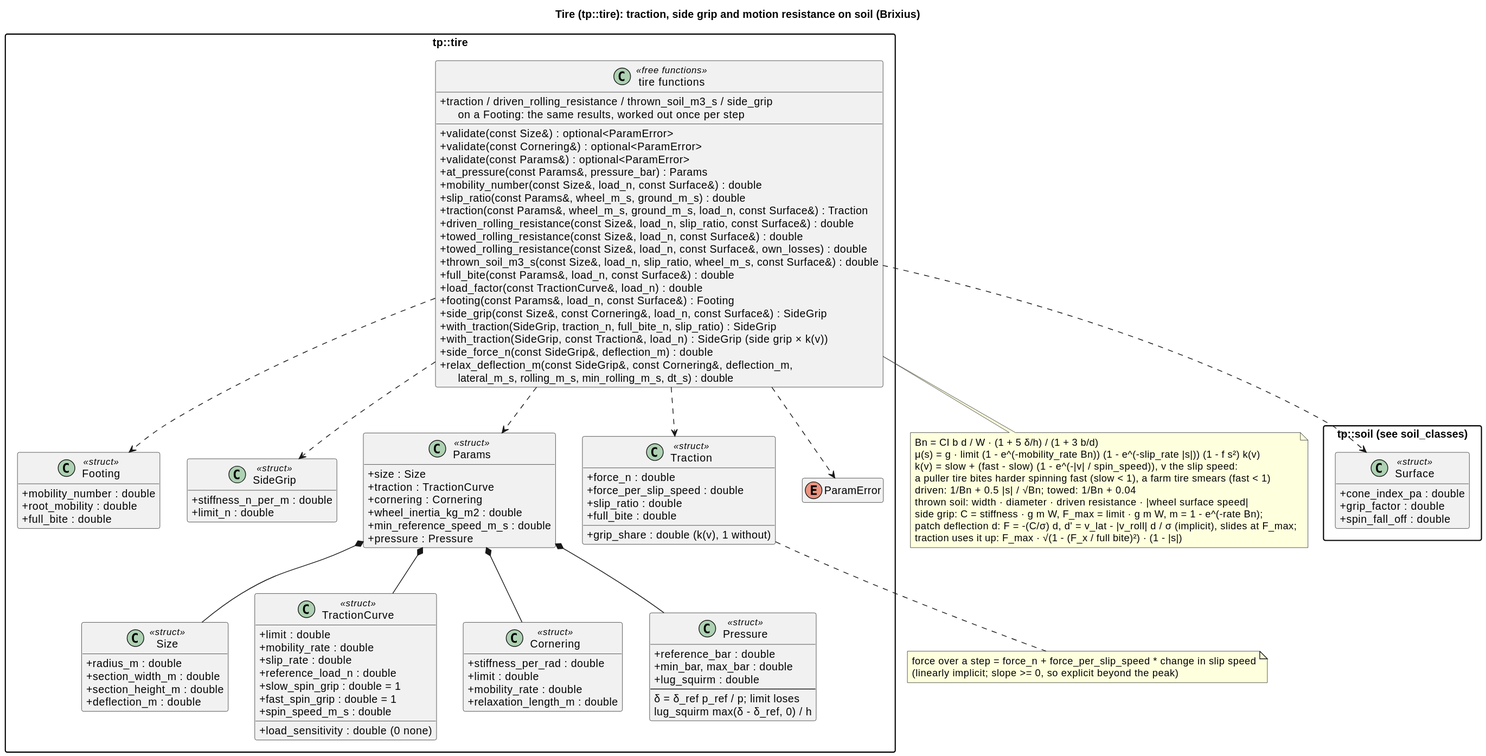
This is docs/diagrams/svg/tire_classes.svg from wversteeg/TractorPulling, a PlantUML export, as it was before one commit.
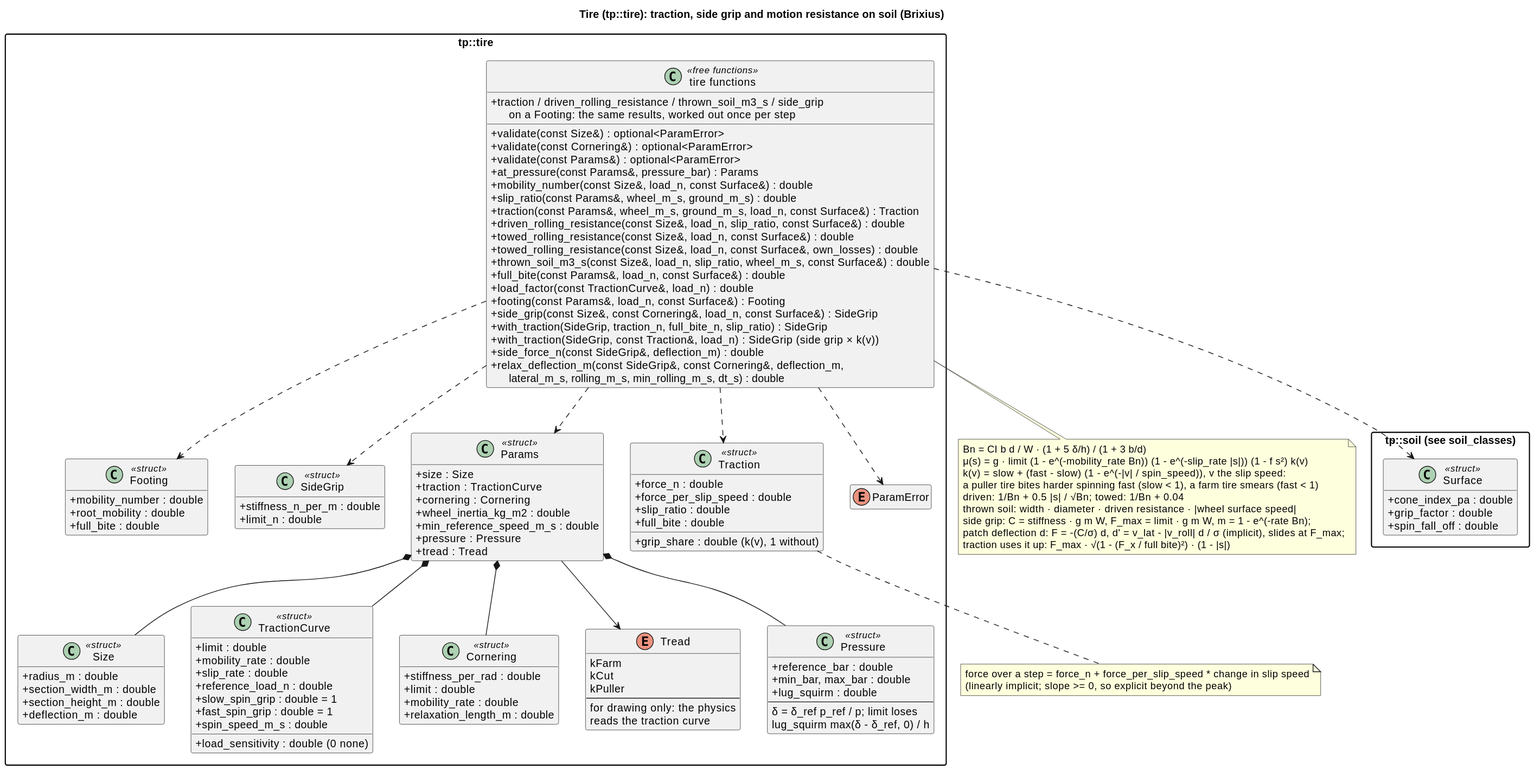
After the change.

What changed in the source:
```diff
@@ -51,6 +51,15 @@
     +wheel_inertia_kg_m2 : double
     +min_reference_speed_m_s : double
     +pressure : Pressure
+    +tread : Tread
+  }
+  enum Tread {
+    kFarm
+    kCut
+    kPuller
+    --
+    for drawing only: the physics
+    reads the traction curve
   }
   class Pressure <<struct>> {
     +reference_bar : double
@@ -94,6 +103,7 @@
   Params *-- TractionCurve
   Params *-- Cornering
   Params *-- Pressure
+  Params --> Tread
   TireFns ..> SideGrip
   TireFns ..> Footing
   TireFns ..> Params
```
